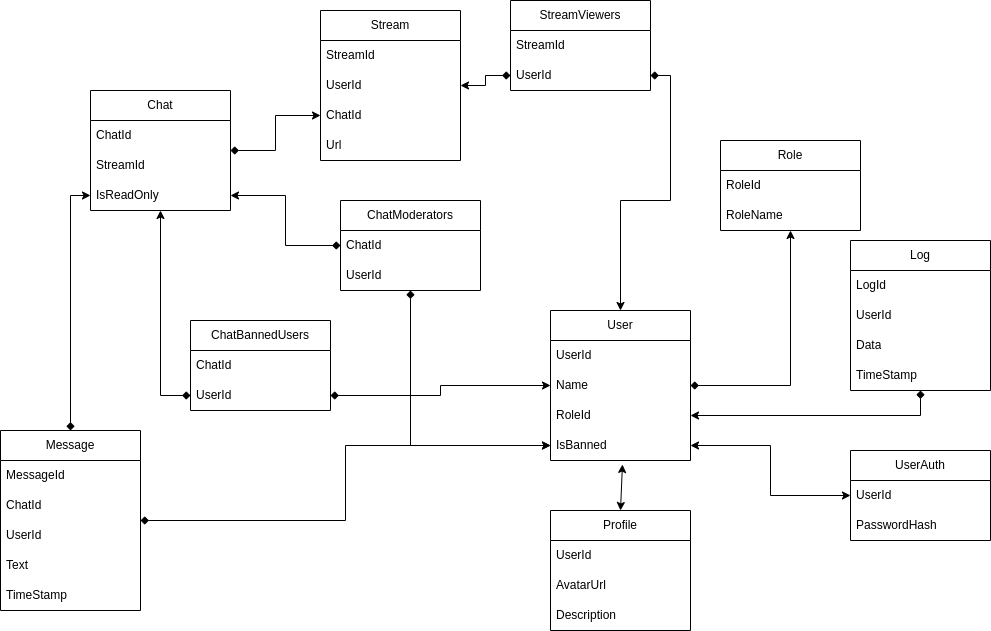
Before: data/database-scheme-norm.drawio1.png, a diagram exported from draw.io (stdtheboatman/Database). Source tidied: cells renumbered, new cells last; positions are measured from the earlier drawing's top-left corner, leaving out a move shared by most shapes.
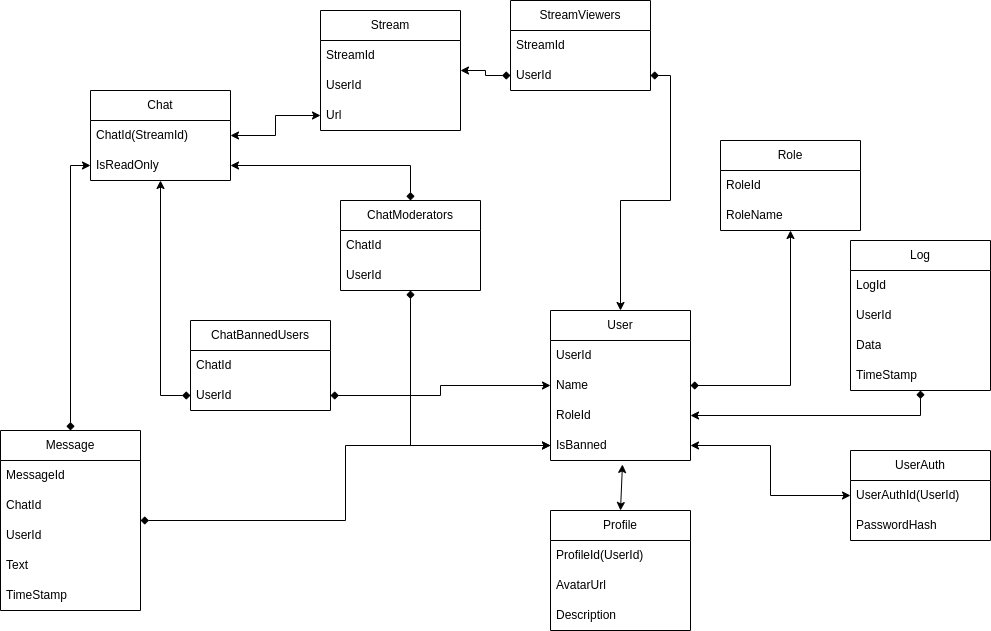
After the commit.

Change to the diagram source:
```diff
@@ -47,7 +47,7 @@
     <mxCell id="16" value="UserAuth" style="swimlane;fontStyle=0;horizontal=1;startSize=30;whiteSpace=wrap;html=1;" parent="1" vertex="1">
       <mxGeometry x="850" y="450" width="140" height="90" as="geometry" />
     </mxCell>
-    <mxCell id="17" value="UserId" style="text;strokeColor=none;fillColor=none;align=left;verticalAlign=middle;spacingLeft=4;spacingRight=4;overflow=hidden;whiteSpace=wrap;html=1;" parent="16" vertex="1">
+    <mxCell id="17" value="UserAuthId(UserId)" style="text;strokeColor=none;fillColor=none;align=left;verticalAlign=middle;spacingLeft=4;spacingRight=4;overflow=hidden;whiteSpace=wrap;html=1;" parent="16" vertex="1">
       <mxGeometry y="30" width="140" height="30" as="geometry" />
     </mxCell>
     <mxCell id="18" value="PasswordHash" style="text;strokeColor=none;fillColor=none;align=left;verticalAlign=middle;spacingLeft=4;spacingRight=4;overflow=hidden;whiteSpace=wrap;html=1;" parent="16" vertex="1">
@@ -57,7 +57,7 @@
       <mxGeometry relative="1" as="geometry" />
     </mxCell>
     <mxCell id="20" value="Stream" style="swimlane;fontStyle=0;horizontal=1;startSize=30;whiteSpace=wrap;html=1;" parent="1" vertex="1">
-      <mxGeometry x="320" y="10" width="140" height="150" as="geometry" />
+      <mxGeometry x="320" y="10" width="140" height="120" as="geometry" />
     </mxCell>
     <mxCell id="21" value="StreamId" style="text;strokeColor=none;fillColor=none;align=left;verticalAlign=middle;spacingLeft=4;spacingRight=4;overflow=hidden;whiteSpace=wrap;html=1;" parent="20" vertex="1">
       <mxGeometry y="30" width="140" height="30" as="geometry" />
@@ -65,29 +65,25 @@
     <mxCell id="22" value="UserId" style="text;strokeColor=none;fillColor=none;align=left;verticalAlign=middle;spacingLeft=4;spacingRight=4;overflow=hidden;whiteSpace=wrap;html=1;" parent="20" vertex="1">
       <mxGeometry y="60" width="140" height="30" as="geometry" />
     </mxCell>
-    <mxCell id="23" value="ChatId" style="text;strokeColor=none;fillColor=none;align=left;verticalAlign=middle;spacingLeft=4;spacingRight=4;overflow=hidden;points=[[0,0.5],[1,0.5]];portConstraint=eastwest;whiteSpace=wrap;html=1;" parent="20" vertex="1">
-      <mxGeometry y="90" width="140" height="30" as="geometry" />
-    </mxCell>
     <mxCell id="24" value="Url" style="text;strokeColor=none;fillColor=none;align=left;verticalAlign=middle;spacingLeft=4;spacingRight=4;overflow=hidden;whiteSpace=wrap;html=1;" parent="20" vertex="1">
-      <mxGeometry y="120" width="140" height="30" as="geometry" />
+      <mxGeometry y="90" width="140" height="30" as="geometry" />
     </mxCell>
     <mxCell id="25" style="edgeStyle=orthogonalEdgeStyle;rounded=0;jettySize=auto;html=1;startArrow=classic;startFill=1;endArrow=diamond;endFill=1;" parent="1" edge="1" source="27" target="48">
       <mxGeometry relative="1" as="geometry" />
     </mxCell>
-    <mxCell id="26" style="edgeStyle=orthogonalEdgeStyle;rounded=0;jettySize=auto;html=1;startArrow=diamond;startFill=1;endArrow=classic;endFill=1;" parent="1" edge="1" source="27" target="23">
-      <mxGeometry relative="1" as="geometry" />
+    <mxCell id="26" style="edgeStyle=orthogonalEdgeStyle;rounded=0;jettySize=auto;html=1;startArrow=classic;startFill=1;endArrow=classic;endFill=1;" parent="1" edge="1" source="27">
+      <mxGeometry relative="1" as="geometry">
+        <mxPoint x="320" y="115" as="targetPoint" />
+      </mxGeometry>
     </mxCell>
     <mxCell id="27" value="Chat" style="swimlane;fontStyle=0;horizontal=1;startSize=30;whiteSpace=wrap;html=1;" parent="1" vertex="1">
-      <mxGeometry x="90" y="90" width="140" height="120" as="geometry" />
+      <mxGeometry x="90" y="90" width="140" height="90" as="geometry" />
     </mxCell>
-    <mxCell id="28" value="ChatId" style="text;strokeColor=none;fillColor=none;align=left;verticalAlign=middle;spacingLeft=4;spacingRight=4;overflow=hidden;whiteSpace=wrap;html=1;" parent="27" vertex="1">
+    <mxCell id="28" value="ChatId(StreamId)" style="text;strokeColor=none;fillColor=none;align=left;verticalAlign=middle;spacingLeft=4;spacingRight=4;overflow=hidden;whiteSpace=wrap;html=1;" parent="27" vertex="1">
       <mxGeometry y="30" width="140" height="30" as="geometry" />
     </mxCell>
-    <mxCell id="29" value="StreamId" style="text;strokeColor=none;fillColor=none;align=left;verticalAlign=middle;spacingLeft=4;spacingRight=4;overflow=hidden;whiteSpace=wrap;html=1;" parent="27" vertex="1">
-      <mxGeometry y="60" width="140" height="30" as="geometry" />
-    </mxCell>
     <mxCell id="30" value="IsReadOnly" style="text;strokeColor=none;fillColor=none;align=left;verticalAlign=middle;spacingLeft=4;spacingRight=4;overflow=hidden;points=[[0,0.5],[1,0.5]];portConstraint=eastwest;whiteSpace=wrap;html=1;" parent="27" vertex="1">
-      <mxGeometry y="90" width="140" height="30" as="geometry" />
+      <mxGeometry y="60" width="140" height="30" as="geometry" />
     </mxCell>
     <mxCell id="31" style="edgeStyle=orthogonalEdgeStyle;rounded=0;jettySize=auto;html=1;startArrow=diamond;startFill=1;endArrow=classic;endFill=1;" parent="1" edge="1" source="33" target="30">
       <mxGeometry relative="1" as="geometry" />
@@ -161,7 +157,7 @@
     <mxCell id="54" value="Profile" style="swimlane;fontStyle=0;horizontal=1;startSize=30;whiteSpace=wrap;html=1;" parent="1" vertex="1">
       <mxGeometry x="550" y="510" width="140" height="120" as="geometry" />
     </mxCell>
-    <mxCell id="55" value="UserId" style="text;strokeColor=none;fillColor=none;align=left;verticalAlign=middle;spacingLeft=4;spacingRight=4;overflow=hidden;whiteSpace=wrap;html=1;" parent="54" vertex="1">
+    <mxCell id="55" value="ProfileId(UserId)" style="text;strokeColor=none;fillColor=none;align=left;verticalAlign=middle;spacingLeft=4;spacingRight=4;overflow=hidden;whiteSpace=wrap;html=1;" parent="54" vertex="1">
       <mxGeometry y="30" width="140" height="30" as="geometry" />
     </mxCell>
     <mxCell id="56" value="AvatarUrl" style="text;strokeColor=none;fillColor=none;align=left;verticalAlign=middle;spacingLeft=4;spacingRight=4;overflow=hidden;whiteSpace=wrap;html=1;" parent="54" vertex="1">
```
